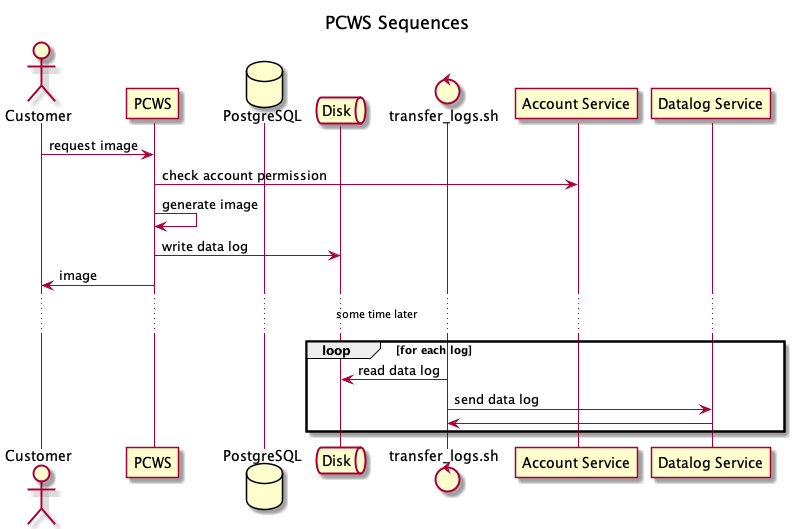
Before: img/sequence-PCWS_Sequences.png, a diagram exported from PlantUML (SamuelBucheliZ/bfh-apptrans-exercise). Its diagram source:
```plantuml
@startuml

title PCWS Sequences

actor Customer
participant PCWS
database PostgreSQL
queue Disk
control transfer_logs.sh
participant "Account Service" as AccountService
participant "Datalog Service" as DatalogService

Customer -> PCWS: request image

PCWS -> AccountService: check account permission
PCWS -> PCWS: generate image
PCWS -> Disk: write data log

Customer <- PCWS: image

... some time later ...

loop for each log
  transfer_logs.sh -> Disk: read data log
  transfer_logs.sh -> DatalogService: send data log
  transfer_logs.sh <- DatalogService
end log
@enduml
```
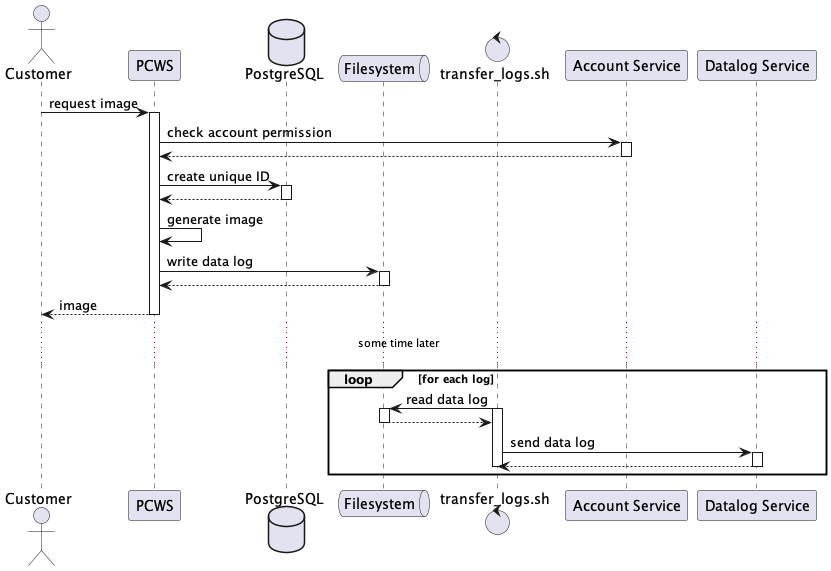
After the commit.

The edit, as a diff of the source:
```diff
@@ -1,28 +1,49 @@
 @startuml
-
-title PCWS Sequences
 
 actor Customer
 participant PCWS
 database PostgreSQL
-queue Disk
+queue Filesystem
 control transfer_logs.sh
 participant "Account Service" as AccountService
 participant "Datalog Service" as DatalogService
 
 Customer -> PCWS: request image
+activate PCWS
+
 
 PCWS -> AccountService: check account permission
+activate AccountService
+PCWS <-- AccountService
+deactivate AccountService
+
+PCWS -> PostgreSQL: create unique ID
+activate PostgreSQL
+PCWS <-- PostgreSQL
+deactivate PostgreSQL
 PCWS -> PCWS: generate image
-PCWS -> Disk: write data log
 
-Customer <- PCWS: image
+PCWS -> Filesystem: write data log
+activate Filesystem
+PCWS <-- Filesystem
+deactivate Filesystem
+
+Customer <-- PCWS: image
+deactivate PCWS
 
 ... some time later ...
 
+
 loop for each log
-  transfer_logs.sh -> Disk: read data log
+  transfer_logs.sh -> Filesystem: read data log
+  activate transfer_logs.sh
+  activate Filesystem
+  transfer_logs.sh <-- Filesystem
+  deactivate Filesystem
   transfer_logs.sh -> DatalogService: send data log
-  transfer_logs.sh <- DatalogService
+  activate DatalogService
+  transfer_logs.sh <-- DatalogService
+  deactivate DatalogService
+  deactivate transfer_logs.sh
 end log
 @enduml
```
